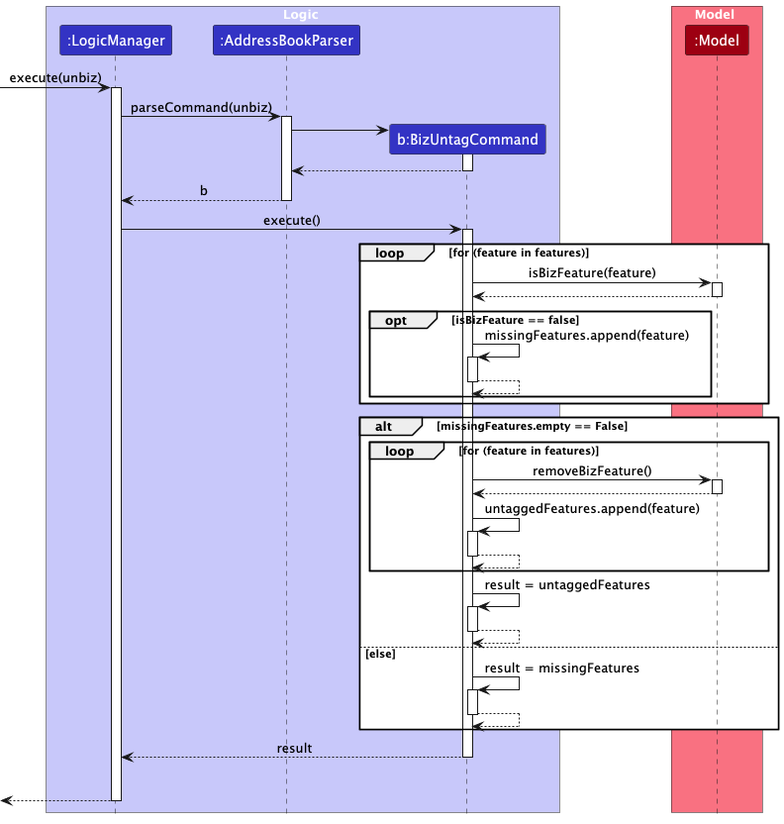
Above: docs/images/UnbizSequenceDiagram.png in Habutiii/tp (PlantUML), before the change.
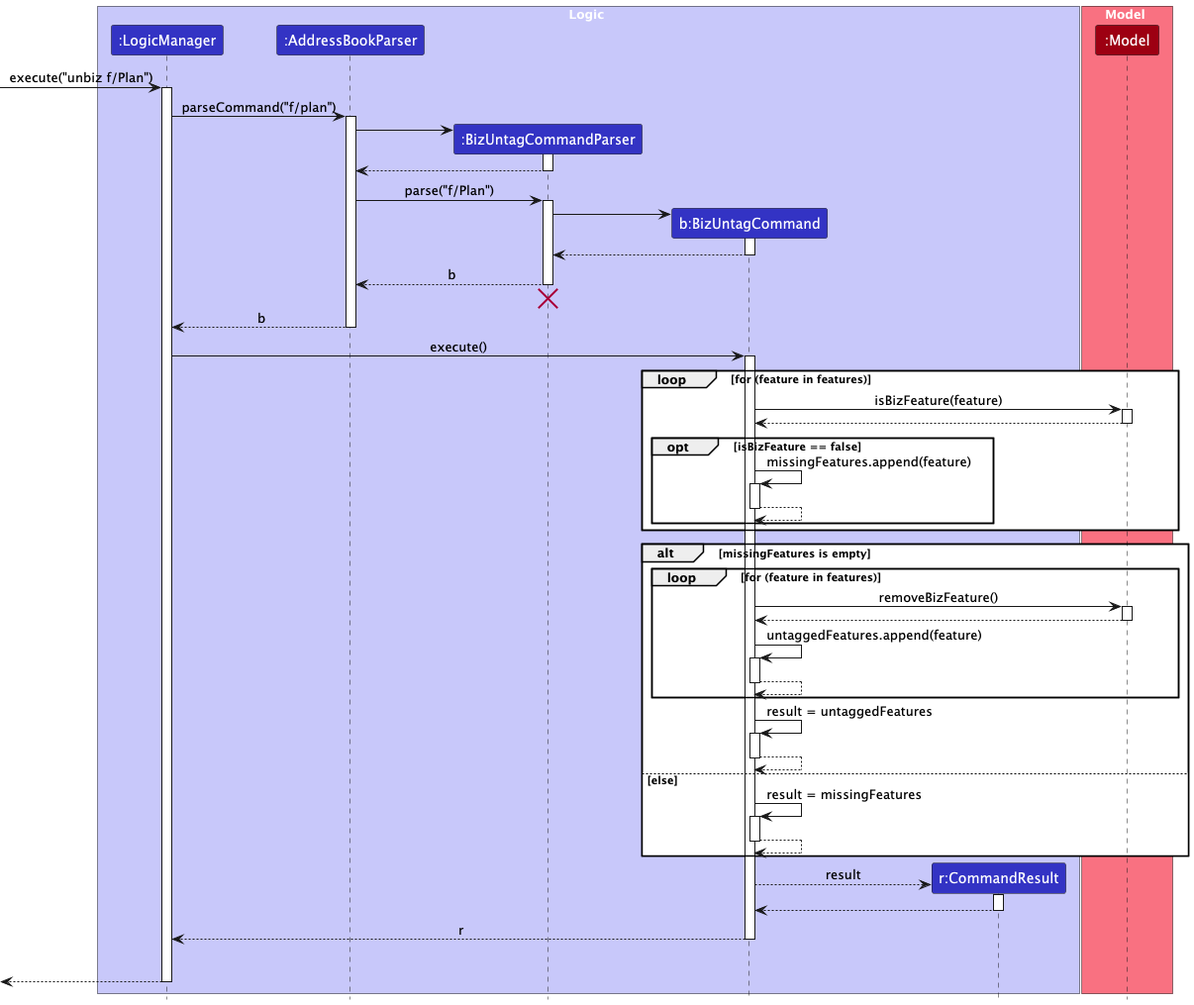
The same diagram one commit later.

Commit message:
Fix UML for biz, unbiz and stats sequences

Change to the diagram source:
```diff
@@ -5,25 +5,44 @@
 box Logic LOGIC_COLOR_T1
 participant ":LogicManager" as LogicManager LOGIC_COLOR
 participant ":AddressBookParser" as AddressBookParser LOGIC_COLOR
+participant ":BizUntagCommandParser" as BizUntagCommandParser LOGIC_COLOR
 participant "b:BizUntagCommand" as BizUntagCommand LOGIC_COLOR
+participant "r:CommandResult" as CommandResult LOGIC_COLOR
+
 end box
 
 box Model MODEL_COLOR_T1
 participant ":Model" as Model MODEL_COLOR
 end box
 
-[-> LogicManager : execute(unbiz)
+[-> LogicManager : execute("unbiz f/Plan")
 activate LogicManager
 
-LogicManager -> AddressBookParser : parseCommand(unbiz)
+LogicManager -> AddressBookParser : parseCommand("f/plan")
 activate AddressBookParser
 
+create BizUntagCommandParser
+AddressBookParser -> BizUntagCommandParser
+activate BizUntagCommandParser
+
+BizUntagCommandParser --> AddressBookParser
+deactivate BizUntagCommandParser
+
+AddressBookParser -> BizUntagCommandParser : parse("f/Plan")
+activate BizUntagCommandParser
+
 create BizUntagCommand
-AddressBookParser -> BizUntagCommand
+BizUntagCommandParser -> BizUntagCommand
 activate BizUntagCommand
 
-BizUntagCommand --> AddressBookParser
+BizUntagCommand --> BizUntagCommandParser
 deactivate BizUntagCommand
+
+BizUntagCommandParser --> AddressBookParser: b
+deactivate BizUntagCommandParser
+
+BizUntagCommandParser -[hidden]-> AddressBookParser
+destroy BizUntagCommandParser
 
 AddressBookParser --> LogicManager : b
 deactivate AddressBookParser
@@ -47,7 +66,7 @@
 end
 
 
-alt missingFeatures.empty == False
+alt missingFeatures is empty
     loop for (feature in features)
         BizUntagCommand -> Model : removeBizFeature()
         activate Model
@@ -76,8 +95,15 @@
     deactivate BizUntagCommand
 end
 
+create CommandResult
+BizUntagCommand --> CommandResult : result
+activate CommandResult
 
-BizUntagCommand --> LogicManager : result
+CommandResult --> BizUntagCommand
+deactivate
+
+
+BizUntagCommand --> LogicManager : r
 deactivate BizUntagCommand
 BizUntagCommand -[hidden]-> LogicManager : result
 
```
